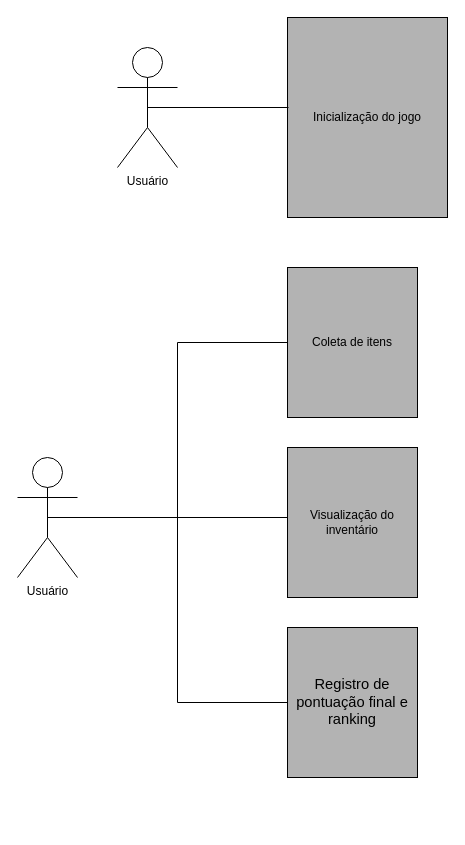
renanreyc/EngenhariaDeSoftware keeps this draw.io diagram as page "Visão de Contexto" (1 of 4) of Descrição da Arquitetura.drawio. Above is the earlier version. Source tidied: cells renumbered, new cells numbered last; positions are measured from the earlier drawing's top-left corner, leaving out a move shared by most shapes. Both pictures are drawn from the tidied source at 100%, with x=0, y=0 at pixel (17, 17).
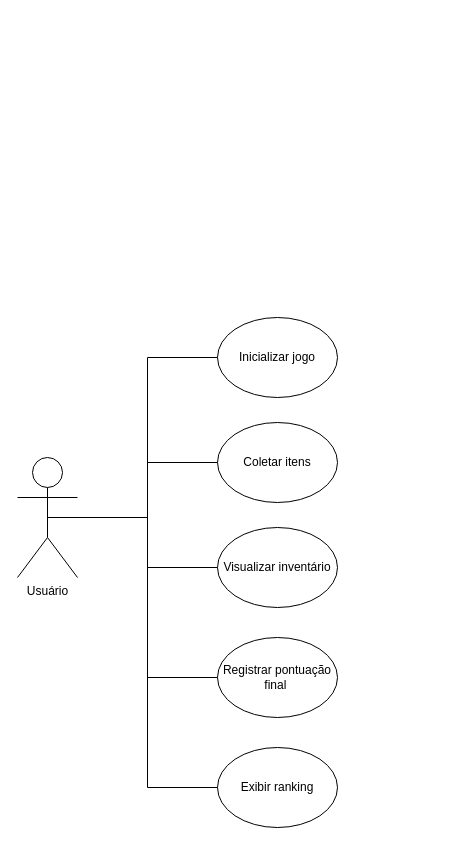
After the change.

What changed in the source:
```diff
@@
 <mxGraphModel>
   <root>
     <mxCell id="0" />
     <mxCell id="1" parent="0" />
-    <mxCell id="2" value="&lt;span&gt;Inicialização do jogo&lt;/span&gt;" style="rounded=0;whiteSpace=wrap;html=1;fillColor=#B3B3B3;" parent="1" vertex="1">
-      <mxGeometry x="270" width="160" height="200" as="geometry" />
-    </mxCell>
-    <mxCell id="3" style="edgeStyle=orthogonalEdgeStyle;rounded=0;jettySize=auto;html=1;endArrow=none;endFill=0;exitX=0.5;exitY=0.5;exitDx=0;exitDy=0;exitPerimeter=0;" parent="1" edge="1" source="4">
-      <mxGeometry relative="1" as="geometry">
-        <mxPoint x="271" y="90" as="targetPoint" />
-      </mxGeometry>
-    </mxCell>
-    <mxCell id="4" value="Usuário" style="shape=umlActor;verticalLabelPosition=bottom;verticalAlign=top;html=1;outlineConnect=0;" parent="1" vertex="1">
-      <mxGeometry x="100" y="30" width="60" height="120" as="geometry" />
-    </mxCell>
+    <mxCell id="12" style="edgeStyle=orthogonalEdgeStyle;rounded=0;jettySize=auto;html=1;exitX=0.5;exitY=0.5;exitDx=0;exitDy=0;exitPerimeter=0;entryX=0;entryY=0.5;entryDx=0;entryDy=0;fontSize=12;endArrow=none;endFill=0;" parent="1" edge="1" source="5" target="17">
+      <mxGeometry relative="1" as="geometry" />
+    </mxCell>
+    <mxCell id="13" style="edgeStyle=orthogonalEdgeStyle;rounded=0;jettySize=auto;html=1;exitX=0.5;exitY=0.5;exitDx=0;exitDy=0;exitPerimeter=0;entryX=0;entryY=0.5;entryDx=0;entryDy=0;fontSize=12;endArrow=none;endFill=0;" parent="1" edge="1" source="5" target="18">
+      <mxGeometry relative="1" as="geometry" />
+    </mxCell>
+    <mxCell id="14" style="edgeStyle=orthogonalEdgeStyle;rounded=0;jettySize=auto;html=1;exitX=0.5;exitY=0.5;exitDx=0;exitDy=0;exitPerimeter=0;entryX=0;entryY=0.5;entryDx=0;entryDy=0;fontSize=12;endArrow=none;endFill=0;" parent="1" edge="1" source="5" target="19">
+      <mxGeometry relative="1" as="geometry" />
+    </mxCell>
+    <mxCell id="15" style="edgeStyle=orthogonalEdgeStyle;rounded=0;jettySize=auto;html=1;exitX=0.5;exitY=0.5;exitDx=0;exitDy=0;exitPerimeter=0;entryX=0;entryY=0.5;entryDx=0;entryDy=0;fontSize=12;endArrow=none;endFill=0;" parent="1" edge="1" source="5" target="20">
+      <mxGeometry relative="1" as="geometry" />
+    </mxCell>
+    <mxCell id="16" style="edgeStyle=orthogonalEdgeStyle;rounded=0;jettySize=auto;html=1;exitX=0.5;exitY=0.5;exitDx=0;exitDy=0;exitPerimeter=0;entryX=0;entryY=0.5;entryDx=0;entryDy=0;fontSize=12;endArrow=none;endFill=0;" parent="1" edge="1" source="5" target="21">
+      <mxGeometry relative="1" as="geometry" />
+    </mxCell>
     <mxCell id="5" value="Usuário" style="shape=umlActor;verticalLabelPosition=bottom;verticalAlign=top;html=1;outlineConnect=0;" parent="1" vertex="1">
       <mxGeometry y="440" width="60" height="120" as="geometry" />
     </mxCell>
-    <mxCell id="6" style="edgeStyle=orthogonalEdgeStyle;rounded=0;jettySize=auto;html=1;exitX=0;exitY=0.5;exitDx=0;exitDy=0;endArrow=none;endFill=0;entryX=0.5;entryY=0.5;entryDx=0;entryDy=0;entryPerimeter=0;" parent="1" edge="1" source="7" target="5">
-      <mxGeometry relative="1" as="geometry">
-        <Array as="points">
-          <mxPoint x="160" y="325" />
-          <mxPoint x="160" y="500" />
-        </Array>
-      </mxGeometry>
-    </mxCell>
-    <mxCell id="7" value="Coleta de itens" style="rounded=0;whiteSpace=wrap;html=1;fillColor=#B3B3B3;" parent="1" vertex="1">
-      <mxGeometry x="270" y="250" width="130" height="150" as="geometry" />
-    </mxCell>
-    <mxCell id="8" style="edgeStyle=orthogonalEdgeStyle;rounded=0;jettySize=auto;html=1;exitX=0;exitY=0.5;exitDx=0;exitDy=0;endArrow=none;endFill=0;entryX=0.5;entryY=0.5;entryDx=0;entryDy=0;entryPerimeter=0;" parent="1" edge="1" source="9" target="5">
-      <mxGeometry relative="1" as="geometry">
-        <Array as="points">
-          <mxPoint x="270" y="500" />
-        </Array>
-      </mxGeometry>
-    </mxCell>
-    <mxCell id="9" value="Visualização do inventário" style="rounded=0;whiteSpace=wrap;html=1;fillColor=#B3B3B3;" parent="1" vertex="1">
-      <mxGeometry x="270" y="430" width="130" height="150" as="geometry" />
-    </mxCell>
-    <mxCell id="10" style="edgeStyle=orthogonalEdgeStyle;rounded=0;jettySize=auto;html=1;exitX=0;exitY=0.5;exitDx=0;exitDy=0;entryX=0.5;entryY=0.5;entryDx=0;entryDy=0;entryPerimeter=0;endArrow=none;endFill=0;" parent="1" edge="1" source="11" target="5">
-      <mxGeometry relative="1" as="geometry">
-        <Array as="points">
-          <mxPoint x="160" y="685" />
-          <mxPoint x="160" y="500" />
-        </Array>
-      </mxGeometry>
-    </mxCell>
-    <mxCell id="11" value="&lt;font face=&quot;arial&quot;&gt;&lt;span style=&quot;font-size: 14.6667px&quot;&gt;Registro de pontuação final e ranking&lt;/span&gt;&lt;/font&gt;" style="rounded=0;whiteSpace=wrap;html=1;fillColor=#B3B3B3;" parent="1" vertex="1">
-      <mxGeometry x="270" y="610" width="130" height="150" as="geometry" />
-    </mxCell>
+    <mxCell id="17" value="&lt;span&gt;Inicializar jogo&lt;/span&gt;" style="ellipse;whiteSpace=wrap;html=1;fillColor=none;" parent="1" vertex="1">
+      <mxGeometry x="200" y="300" width="120" height="80" as="geometry" />
+    </mxCell>
+    <mxCell id="18" value="Coletar itens" style="ellipse;whiteSpace=wrap;html=1;fillColor=none;" parent="1" vertex="1">
+      <mxGeometry x="200" y="405" width="120" height="80" as="geometry" />
+    </mxCell>
+    <mxCell id="19" value="Visualizar inventário" style="ellipse;whiteSpace=wrap;html=1;fillColor=none;" parent="1" vertex="1">
+      <mxGeometry x="200" y="510" width="120" height="80" as="geometry" />
+    </mxCell>
+    <mxCell id="20" value="&lt;span style=&quot;font-family: &amp;#34;arial&amp;#34;&quot;&gt;&lt;font style=&quot;font-size: 12px&quot;&gt;Registrar pontuação final&amp;nbsp;&lt;/font&gt;&lt;/span&gt;" style="ellipse;whiteSpace=wrap;html=1;fillColor=none;" parent="1" vertex="1">
+      <mxGeometry x="200" y="620" width="120" height="80" as="geometry" />
+    </mxCell>
+    <mxCell id="21" value="&lt;span style=&quot;font-family: &amp;#34;arial&amp;#34;&quot;&gt;Exibir ranking&lt;/span&gt;" style="ellipse;whiteSpace=wrap;html=1;fontSize=12;fillColor=none;" parent="1" vertex="1">
+      <mxGeometry x="200" y="730" width="120" height="80" as="geometry" />
+    </mxCell>
   </root>
 </mxGraphModel>
```
